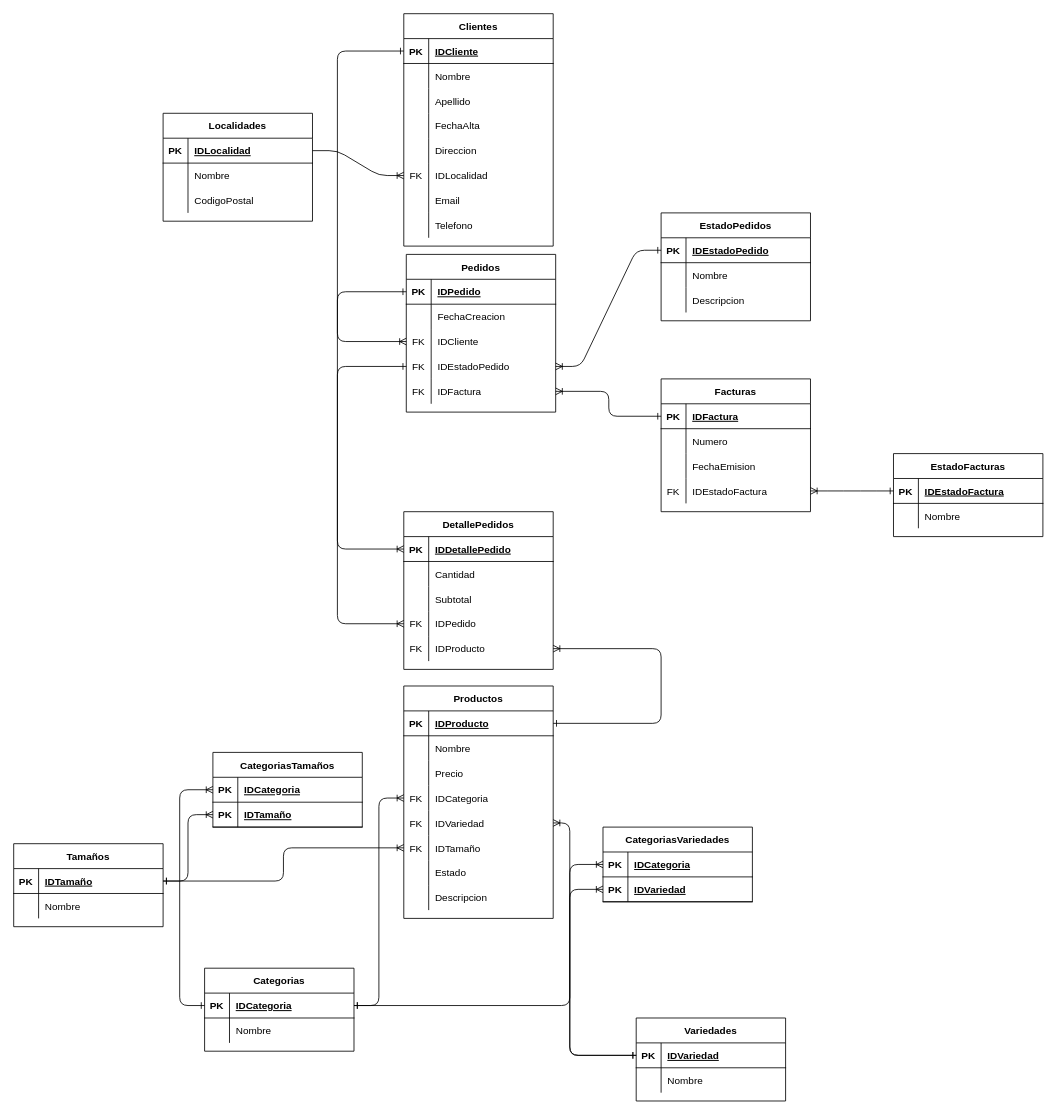
Above: Delivery DER.drawio in RailGun15/laboratorio3-20202c (draw.io), before the change. Source tidied: cells renumbered, new cells numbered last; positions are measured from the earlier drawing's top-left corner, leaving out a move shared by most shapes. Both pictures are drawn from the tidied source at 83%, with x=0, y=0 at pixel (13, 13).
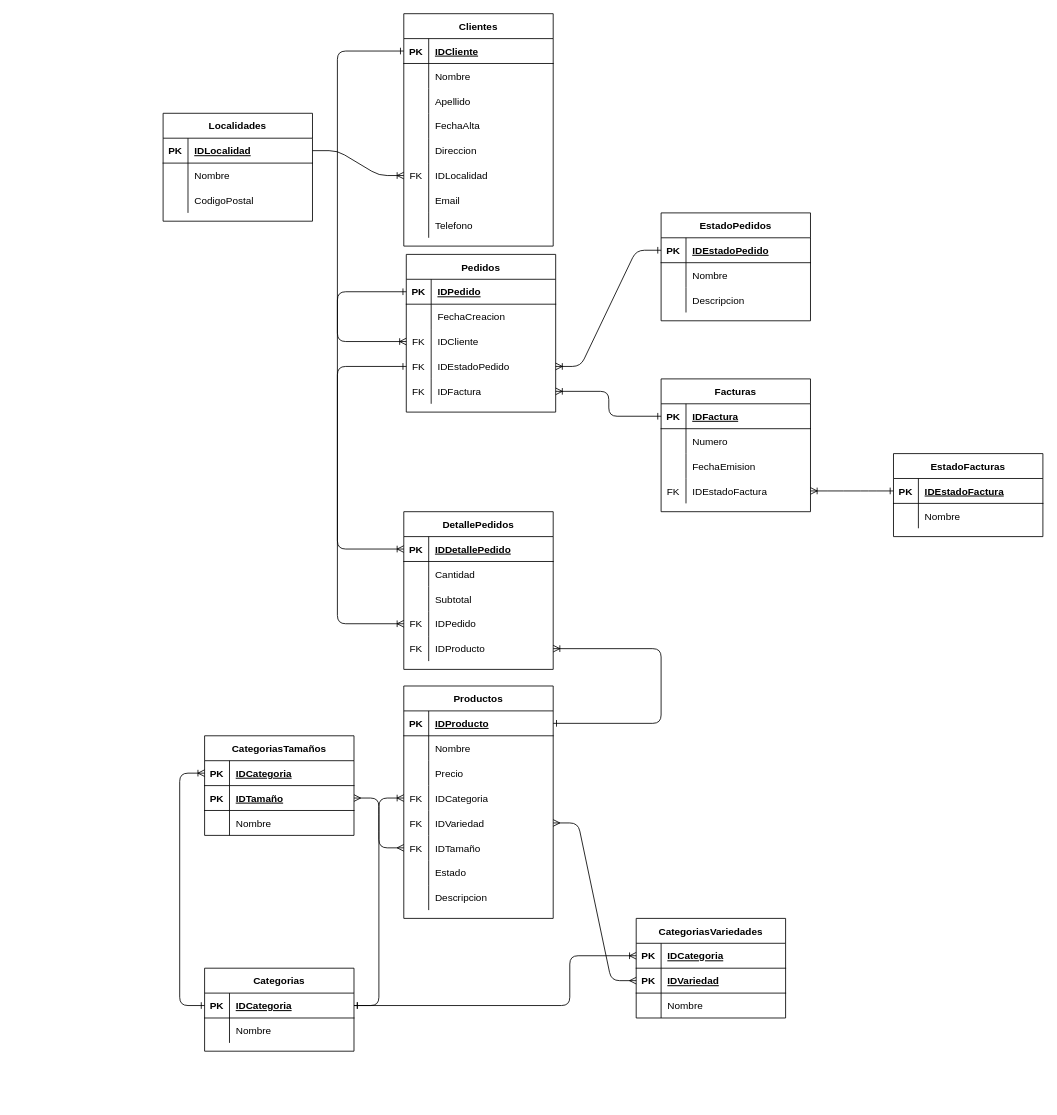
The same diagram, later.

Unchanged cells that the change refers to:
```xml
<mxCell id="72" style="shape=partialRectangle;fillColor=none;top=0;left=0;bottom=0;right=0;points=[[0,0.5],[1,0.5]];portConstraint=eastwest;" parent="59" vertex="1">
  <mxGeometry y="150" width="180" height="30" as="geometry" />
</mxCell>
<mxCell id="75" style="shape=partialRectangle;fillColor=none;top=0;left=0;bottom=0;right=0;points=[[0,0.5],[1,0.5]];portConstraint=eastwest;" parent="59" vertex="1">
  <mxGeometry y="180" width="180" height="30" as="geometry" />
</mxCell>
<mxCell id="160" style="shape=partialRectangle;fillColor=none;top=0;left=0;bottom=1;right=0;points=[[0,0.5],[1,0.5]];portConstraint=eastwest;" parent="156" vertex="1">
  <mxGeometry y="60" width="180" height="30" as="geometry" />
</mxCell>
<mxCell id="167" style="shape=partialRectangle;fillColor=none;top=0;left=0;bottom=1;right=0;points=[[0,0.5],[1,0.5]];portConstraint=eastwest;" parent="163" vertex="1">
  <mxGeometry y="60" width="180" height="30" as="geometry" />
</mxCell>
```

Change to the diagram source:
```diff
@@
-    <mxCell id="132" value="Tamaños" style="shape=table;startSize=30;childLayout=tableLayout;rowLines=0;fontStyle=1;align=center;" parent="1" vertex="1">
-      <mxGeometry y="1000" width="180" height="100" as="geometry" />
-    </mxCell>
-    <mxCell id="133" style="shape=partialRectangle;fillColor=none;top=0;left=0;bottom=1;right=0;points=[[0,0.5],[1,0.5]];portConstraint=eastwest;" parent="132" vertex="1">
-      <mxGeometry y="30" width="180" height="30" as="geometry" />
-    </mxCell>
-    <mxCell id="134" value="PK" style="shape=partialRectangle;fillColor=none;top=0;left=0;bottom=0;right=0;fontStyle=1;overflow=hidden;" parent="133" vertex="1">
-      <mxGeometry width="30" height="30" as="geometry" />
-    </mxCell>
-    <mxCell id="135" value="IDTamaño" style="shape=partialRectangle;fillColor=none;top=0;left=0;bottom=0;right=0;align=left;spacingLeft=6;fontStyle=5;overflow=hidden;" parent="133" vertex="1">
-      <mxGeometry x="30" width="150" height="30" as="geometry" />
-    </mxCell>
-    <mxCell id="136" style="shape=partialRectangle;fillColor=none;top=0;left=0;bottom=0;right=0;" parent="132" vertex="1">
-      <mxGeometry y="60" width="180" height="30" as="geometry" />
-    </mxCell>
-    <mxCell id="137" style="shape=partialRectangle;fillColor=none;top=0;left=0;bottom=0;right=0;overflow=hidden;" parent="136" vertex="1">
-      <mxGeometry width="30" height="30" as="geometry" />
-    </mxCell>
-    <mxCell id="138" value="Nombre" style="shape=partialRectangle;fillColor=none;top=0;left=0;bottom=0;right=0;align=left;spacingLeft=6;overflow=hidden;" parent="136" vertex="1">
-      <mxGeometry x="30" width="150" height="30" as="geometry" />
-    </mxCell>
-    <mxCell id="139" value="Variedades" style="shape=table;startSize=30;childLayout=tableLayout;rowLines=0;fontStyle=1;align=center;" parent="1" vertex="1">
-      <mxGeometry x="750" y="1210" width="180" height="100" as="geometry" />
-    </mxCell>
-    <mxCell id="140" style="shape=partialRectangle;fillColor=none;top=0;left=0;bottom=1;right=0;points=[[0,0.5],[1,0.5]];portConstraint=eastwest;" parent="139" vertex="1">
-      <mxGeometry y="30" width="180" height="30" as="geometry" />
-    </mxCell>
-    <mxCell id="141" value="PK" style="shape=partialRectangle;fillColor=none;top=0;left=0;bottom=0;right=0;fontStyle=1;overflow=hidden;" parent="140" vertex="1">
-      <mxGeometry width="30" height="30" as="geometry" />
-    </mxCell>
-    <mxCell id="142" value="IDVariedad" style="shape=partialRectangle;fillColor=none;top=0;left=0;bottom=0;right=0;align=left;spacingLeft=6;fontStyle=5;overflow=hidden;" parent="140" vertex="1">
-      <mxGeometry x="30" width="150" height="30" as="geometry" />
-    </mxCell>
-    <mxCell id="143" style="shape=partialRectangle;fillColor=none;top=0;left=0;bottom=0;right=0;" parent="139" vertex="1">
-      <mxGeometry y="60" width="180" height="30" as="geometry" />
-    </mxCell>
-    <mxCell id="144" style="shape=partialRectangle;fillColor=none;top=0;left=0;bottom=0;right=0;overflow=hidden;" parent="143" vertex="1">
-      <mxGeometry width="30" height="30" as="geometry" />
-    </mxCell>
-    <mxCell id="145" value="Nombre" style="shape=partialRectangle;fillColor=none;top=0;left=0;bottom=0;right=0;align=left;spacingLeft=6;overflow=hidden;" parent="143" vertex="1">
-      <mxGeometry x="30" width="150" height="30" as="geometry" />
-    </mxCell>
-    <mxCell id="146" style="fontSize=12;html=1;endArrow=ERone;entryX=0;entryY=0.5;entryDx=0;entryDy=0;startArrow=ERoneToMany;startFill=0;endFill=0;exitX=0;exitY=0.5;exitDx=0;exitDy=0;edgeStyle=elbowEdgeStyle;" parent="1" edge="1" source="167" target="140">
-      <mxGeometry relative="1" as="geometry">
-        <Array as="points">
-          <mxPoint x="670" y="1150" />
-        </Array>
-      </mxGeometry>
-    </mxCell>
-    <mxCell id="147" style="fontSize=12;html=1;endArrow=ERone;startArrow=ERoneToMany;startFill=0;endFill=0;exitX=0;exitY=0.5;exitDx=0;exitDy=0;entryX=1;entryY=0.5;entryDx=0;entryDy=0;edgeStyle=elbowEdgeStyle;" parent="1" edge="1" source="160" target="133">
-      <mxGeometry relative="1" as="geometry" />
-    </mxCell>
@@
     <mxCell id="156" value="CategoriasTamaños" style="shape=table;startSize=30;childLayout=tableLayout;rowLines=0;fontStyle=1;align=center;" parent="1" vertex="1">
-      <mxGeometry x="240" y="890" width="180" height="90" as="geometry" />
+      <mxGeometry x="230" y="870" width="180" height="120" as="geometry" />
     </mxCell>
@@
+    <mxCell id="174" style="shape=partialRectangle;fillColor=none;top=0;left=0;bottom=0;right=0;" parent="156" vertex="1">
+      <mxGeometry y="90" width="180" height="30" as="geometry" />
+    </mxCell>
+    <mxCell id="175" style="shape=partialRectangle;fillColor=none;top=0;left=0;bottom=0;right=0;overflow=hidden;" parent="174" vertex="1">
+      <mxGeometry width="30" height="30" as="geometry" />
+    </mxCell>
+    <mxCell id="176" value="Nombre" style="shape=partialRectangle;fillColor=none;top=0;left=0;bottom=0;right=0;align=left;spacingLeft=6;overflow=hidden;" parent="174" vertex="1">
+      <mxGeometry x="30" width="150" height="30" as="geometry" />
+    </mxCell>
     <mxCell id="163" value="CategoriasVariedades" style="shape=table;startSize=30;childLayout=tableLayout;rowLines=0;fontStyle=1;align=center;" parent="1" vertex="1">
-      <mxGeometry x="710" y="980" width="180" height="90" as="geometry" />
+      <mxGeometry x="750" y="1090" width="180" height="120" as="geometry" />
     </mxCell>
@@
+    <mxCell id="177" style="shape=partialRectangle;fillColor=none;top=0;left=0;bottom=0;right=0;" parent="163" vertex="1">
+      <mxGeometry y="90" width="180" height="30" as="geometry" />
+    </mxCell>
+    <mxCell id="178" style="shape=partialRectangle;fillColor=none;top=0;left=0;bottom=0;right=0;overflow=hidden;" parent="177" vertex="1">
+      <mxGeometry width="30" height="30" as="geometry" />
+    </mxCell>
+    <mxCell id="179" value="Nombre" style="shape=partialRectangle;fillColor=none;top=0;left=0;bottom=0;right=0;align=left;spacingLeft=6;overflow=hidden;" parent="177" vertex="1">
+      <mxGeometry x="30" width="150" height="30" as="geometry" />
+    </mxCell>
@@
-    <mxCell id="172" style="fontSize=12;html=1;endArrow=ERone;startArrow=ERoneToMany;startFill=0;endFill=0;exitX=0;exitY=0.5;exitDx=0;exitDy=0;entryX=1;entryY=0.5;entryDx=0;entryDy=0;edgeStyle=elbowEdgeStyle;" parent="1" edge="1" source="75" target="133">
-      <mxGeometry relative="1" as="geometry" />
-    </mxCell>
-    <mxCell id="173" style="fontSize=12;html=1;endArrow=ERone;entryX=0;entryY=0.5;entryDx=0;entryDy=0;startArrow=ERoneToMany;startFill=0;endFill=0;exitX=1;exitY=0.5;exitDx=0;exitDy=0;edgeStyle=elbowEdgeStyle;" parent="1" edge="1" source="72" target="140">
-      <mxGeometry relative="1" as="geometry">
-        <Array as="points">
-          <mxPoint x="670" y="1110" />
-        </Array>
-      </mxGeometry>
-    </mxCell>
+    <mxCell id="180" style="edgeStyle=entityRelationEdgeStyle;fontSize=12;html=1;endArrow=ERmany;startArrow=ERmany;entryX=0;entryY=0.5;entryDx=0;entryDy=0;exitX=1;exitY=0.5;exitDx=0;exitDy=0;" parent="1" edge="1" source="160" target="75">
+      <mxGeometry relative="1" as="geometry" />
+    </mxCell>
+    <mxCell id="181" style="edgeStyle=entityRelationEdgeStyle;fontSize=12;html=1;endArrow=ERmany;startArrow=ERmany;entryX=0;entryY=0.5;entryDx=0;entryDy=0;exitX=1;exitY=0.5;exitDx=0;exitDy=0;" parent="1" edge="1" source="72" target="167">
+      <mxGeometry relative="1" as="geometry" />
+    </mxCell>
```
